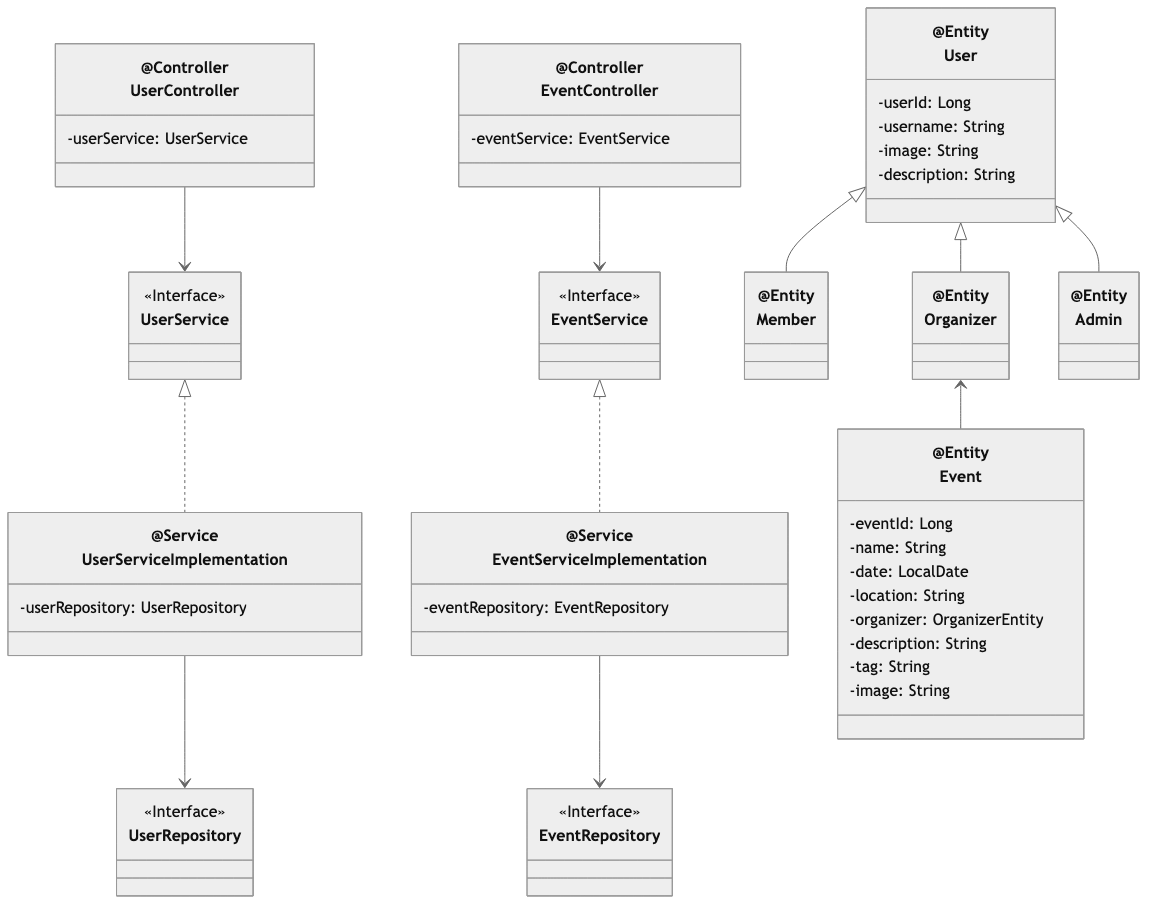
This is docs/diagrams/class-dia/class-diagram.png from valurkristinn/skemmti, a Mermaid export, as it was before one commit. Its source is kept beside it as docs/diagrams/class-dia/class-diagram.mmd.
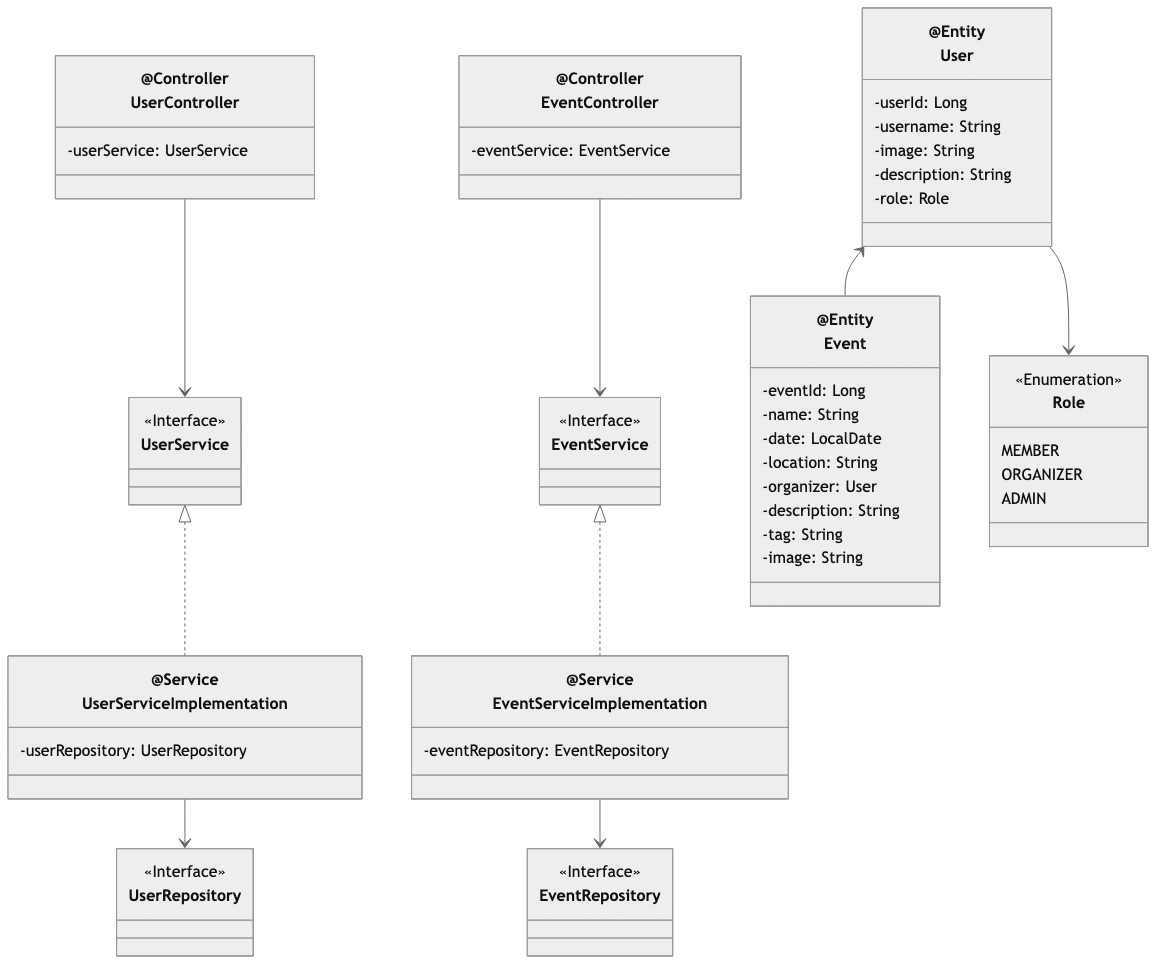
The same file after the commit.

Commit message:
fix: one user class

Change to the diagram source:
```diff
@@ -35,19 +35,25 @@
         -username: String
         -image: String
         -description: String
+        -role: Role
     }
-    class MemberEntity["@Entity<br/>Member"]
-    class OrganizerEntity["@Entity<br/>Organizer"]
-    class AdminEntity["@Entity<br/>Admin"]
+
     class EventEntity["@Entity<br/>Event"] {
         -eventId: Long
         -name: String
         -date: LocalDate
         -location: String
-        -organizer: OrganizerEntity
+        -organizer: User
         -description: String
         -tag: String
         -image: String
+    }
+
+    class Role {
+        <<Enumeration>>
+        MEMBER
+        ORGANIZER
+        ADMIN
     }
 
     UserController --> UserService
@@ -59,8 +65,5 @@
     UserServiceImplementation --> UserRepository
     EventServiceImplementation --> EventRepository
 
-    UserEntity <|-- MemberEntity
-    UserEntity <|-- OrganizerEntity
-    UserEntity <|-- AdminEntity
-
-    OrganizerEntity <-- EventEntity
+    UserEntity <-- EventEntity
+    UserEntity --> Role
```
